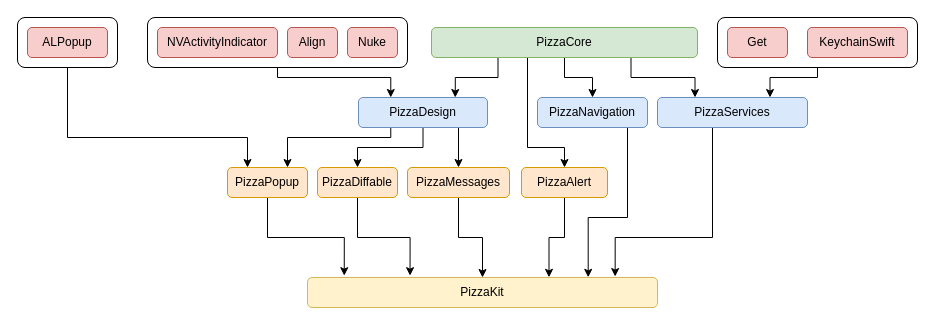
Before: Resources/diagram.drawio in PizzaKit/pizzakit, a draw.io diagram. Source tidied: cells renumbered, new cells numbered last; positions are measured from the earlier drawing's top-left corner, leaving out a move shared by most shapes. Both pictures are drawn from the tidied source at 100%, with x=0, y=0 at pixel (17, 17).
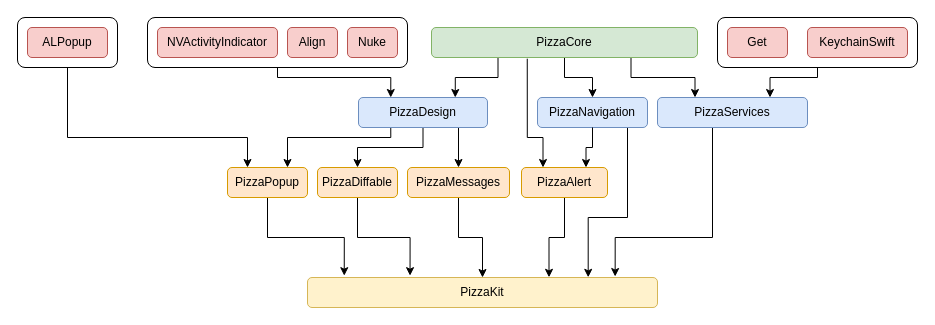
The same diagram, later.

The change refers to these unchanged cells:
```xml
<mxCell id="12" value="PizzaCore" style="rounded=1;whiteSpace=wrap;html=1;fillColor=#d5e8d4;strokeColor=#82b366;" parent="1" vertex="1">
  <mxGeometry x="414" y="10" width="266" height="30" as="geometry" />
</mxCell>
<mxCell id="21" value="PizzaNavigation" style="rounded=1;whiteSpace=wrap;html=1;fillColor=#dae8fc;strokeColor=#6c8ebf;" parent="1" vertex="1">
  <mxGeometry x="520" y="80" width="110" height="30" as="geometry" />
</mxCell>
<mxCell id="27" value="PizzaAlert" style="rounded=1;whiteSpace=wrap;html=1;fillColor=#ffe6cc;strokeColor=#d79b00;" parent="1" vertex="1">
  <mxGeometry x="504" y="150" width="86" height="30" as="geometry" />
</mxCell>
```

What changed in the source:
```diff
@@
-    <mxCell id="11" style="edgeStyle=orthogonalEdgeStyle;rounded=0;jettySize=auto;html=1;entryX=0.5;entryY=0;entryDx=0;entryDy=0;" parent="1" edge="1" source="12" target="27">
-      <mxGeometry relative="1" as="geometry">
-        <Array as="points">
-          <mxPoint x="510" y="130" />
-          <mxPoint x="547" y="130" />
-        </Array>
-      </mxGeometry>
-    </mxCell>
@@
+    <mxCell id="36" style="edgeStyle=orthogonalEdgeStyle;rounded=0;jettySize=auto;html=1;exitX=0.25;exitY=0;exitDx=0;exitDy=0;entryX=0.36;entryY=1.04;entryDx=0;entryDy=0;entryPerimeter=0;startArrow=classic;startFill=1;endArrow=none;endFill=0;" parent="1" edge="1" source="27" target="12">
+      <mxGeometry relative="1" as="geometry">
+        <Array as="points">
+          <mxPoint x="526" y="120" />
+          <mxPoint x="510" y="120" />
+        </Array>
+      </mxGeometry>
+    </mxCell>
+    <mxCell id="37" style="edgeStyle=orthogonalEdgeStyle;rounded=0;jettySize=auto;html=1;exitX=0.75;exitY=0;exitDx=0;exitDy=0;entryX=0.5;entryY=1;entryDx=0;entryDy=0;startArrow=classic;startFill=1;endArrow=none;endFill=0;" parent="1" edge="1" source="27" target="21">
+      <mxGeometry relative="1" as="geometry">
+        <Array as="points">
+          <mxPoint x="569" y="130" />
+          <mxPoint x="575" y="130" />
+        </Array>
+      </mxGeometry>
+    </mxCell>
```
